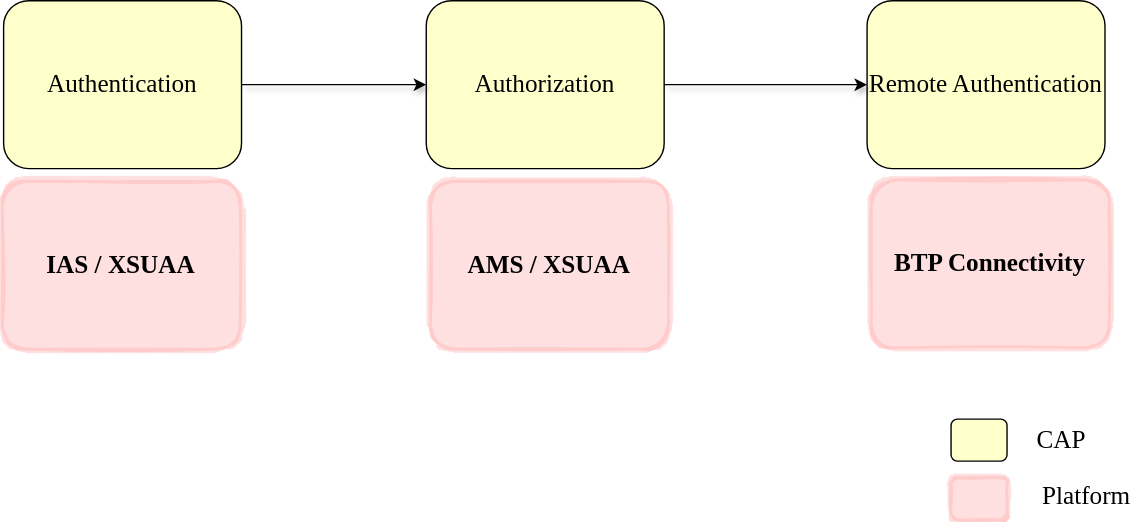
Before: guides/security/assets/security-platform-integration.drawio.svg, a diagram exported from draw.io (capire/docs). Source tidied: cells renumbered, new cells last; positions are measured from the earlier drawing's top-left corner, leaving out a move shared by most shapes.
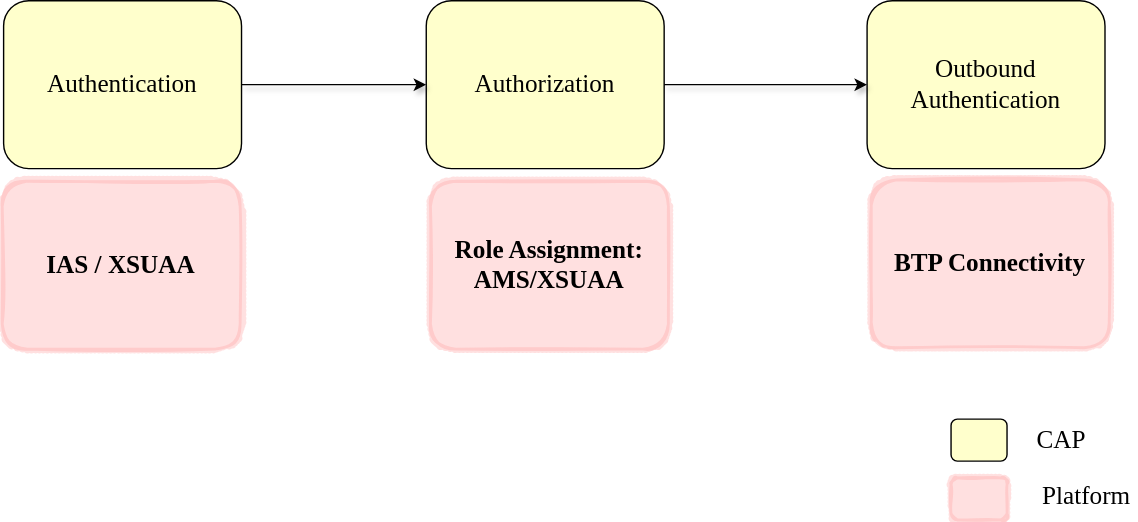
Later version of the same file.

What changed in the source:
```diff
@@ -5,7 +5,7 @@
     <mxCell id="2" value="&lt;font style=&quot;font-size: 18px;&quot; face=&quot;Comic Sans MS&quot;&gt;&lt;b&gt;IAS / XSUAA&lt;/b&gt;&lt;/font&gt;" style="rounded=1;whiteSpace=wrap;html=1;strokeWidth=2;fillWeight=6;hachureGap=2;hachureAngle=45;fillColor=rgba(255,153,153,0.3);sketch=1;strokeColor=rgba(255,153,153,0.3);shadow=0;" parent="1" vertex="1">
       <mxGeometry y="129" width="170" height="120" as="geometry" />
     </mxCell>
-    <mxCell id="3" value="&lt;font style=&quot;font-size: 18px;&quot; face=&quot;Comic Sans MS&quot;&gt;&lt;b&gt;AMS / XSUAA&lt;/b&gt;&lt;/font&gt;" style="rounded=1;whiteSpace=wrap;html=1;strokeWidth=2;fillWeight=6;hachureGap=2;hachureAngle=45;fillColor=rgba(255,153,153,0.3);sketch=1;strokeColor=rgba(255,153,153,0.3);shadow=0;" parent="1" vertex="1">
+    <mxCell id="3" value="&lt;font style=&quot;font-size: 18px;&quot; face=&quot;Comic Sans MS&quot;&gt;&lt;b style=&quot;&quot;&gt;Role Assignment:&lt;br&gt;AMS/XSUAA&lt;/b&gt;&lt;/font&gt;" style="rounded=1;whiteSpace=wrap;html=1;strokeWidth=2;fillWeight=6;hachureGap=2;hachureAngle=45;fillColor=rgba(255,153,153,0.3);sketch=1;strokeColor=rgba(255,153,153,0.3);shadow=0;" parent="1" vertex="1">
       <mxGeometry x="306" y="129" width="170" height="120" as="geometry" />
     </mxCell>
     <mxCell id="4" value="&lt;font style=&quot;font-size: 18px;&quot; face=&quot;Comic Sans MS&quot;&gt;&lt;b&gt;BTP Connectivity&lt;/b&gt;&lt;/font&gt;" style="rounded=1;whiteSpace=wrap;html=1;strokeWidth=2;fillWeight=6;hachureGap=2;hachureAngle=45;fillColor=rgba(255,153,153,0.3);sketch=1;strokeColor=rgba(255,153,153,0.3);shadow=0;" parent="1" vertex="1">
@@ -20,13 +20,13 @@
     <mxCell id="7" value="&lt;font style=&quot;font-size: 18px;&quot; face=&quot;Comic Sans MS&quot;&gt;CAP&lt;/font&gt;" style="text;html=1;align=center;verticalAlign=middle;whiteSpace=wrap;rounded=0;" parent="1" vertex="1">
       <mxGeometry x="727" y="299" width="60" height="30" as="geometry" />
     </mxCell>
-    <mxCell id="8" value="&lt;font style=&quot;font-size: 18px;&quot; face=&quot;Comic Sans MS&quot;&gt;Authorization&lt;/font&gt;" style="rounded=1;whiteSpace=wrap;html=1;strokeWidth=1;fillWeight=4;hachureGap=8;hachureAngle=45;fillColor=#FFFFCC;" parent="1" vertex="1">
+    <mxCell id="8" value="&lt;font style=&quot;font-size: 18px;&quot; face=&quot;Comic Sans MS&quot;&gt;Authorization&lt;br&gt;&lt;/font&gt;" style="rounded=1;whiteSpace=wrap;html=1;strokeWidth=1;fillWeight=4;hachureGap=8;hachureAngle=45;fillColor=#FFFFCC;" parent="1" vertex="1">
       <mxGeometry x="303" width="170" height="120" as="geometry" />
     </mxCell>
     <mxCell id="9" value="&lt;font style=&quot;font-size: 18px;&quot; face=&quot;Comic Sans MS&quot;&gt;Authentication&lt;/font&gt;" style="rounded=1;whiteSpace=wrap;html=1;strokeWidth=1;fillWeight=4;fillColor=#FFFFCC;" parent="1" vertex="1">
       <mxGeometry x="1" width="170" height="120" as="geometry" />
     </mxCell>
-    <mxCell id="10" value="&lt;font face=&quot;Comic Sans MS&quot;&gt;&lt;span style=&quot;font-size: 18px;&quot;&gt;Remote Authentication&lt;/span&gt;&lt;/font&gt;" style="rounded=1;whiteSpace=wrap;html=1;strokeWidth=1;fillWeight=4;hachureGap=8;hachureAngle=45;fillColor=#FFFFCC;" parent="1" vertex="1">
+    <mxCell id="10" value="&lt;font face=&quot;Comic Sans MS&quot;&gt;&lt;span style=&quot;font-size: 18px;&quot;&gt;Outbound&lt;br&gt;Authentication&lt;/span&gt;&lt;/font&gt;" style="rounded=1;whiteSpace=wrap;html=1;strokeWidth=1;fillWeight=4;hachureGap=8;hachureAngle=45;fillColor=#FFFFCC;" parent="1" vertex="1">
       <mxGeometry x="618" width="170" height="120" as="geometry" />
     </mxCell>
     <mxCell id="11" style="edgeStyle=none;jettySize=auto;html=1;shadow=1;entryX=0;entryY=0.5;entryDx=0;entryDy=0;exitX=1;exitY=0.5;exitDx=0;exitDy=0;" parent="1" edge="1" source="9" target="8">
```
